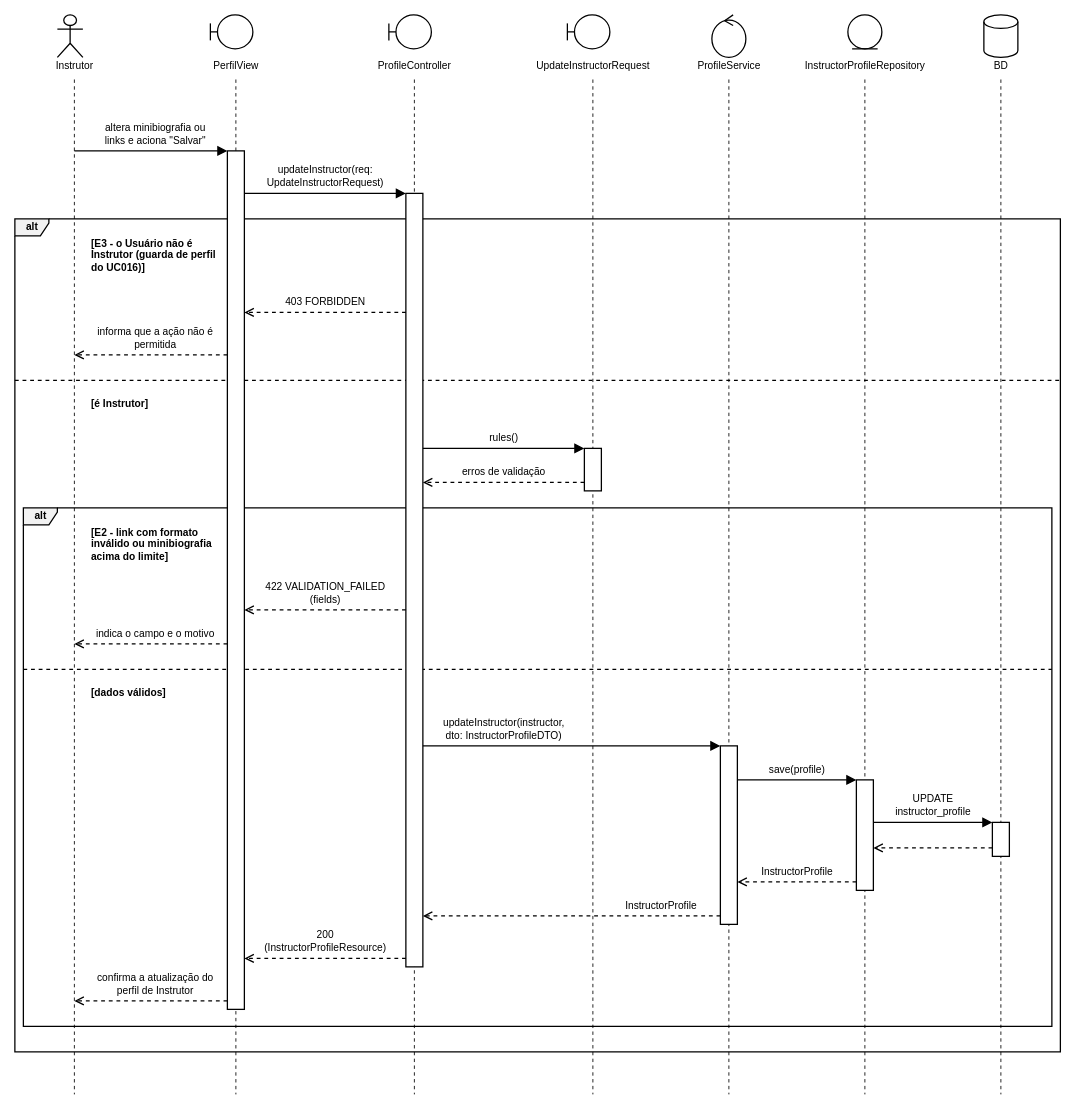
Before: especificacao/diagramas/14-sequencia-uc013-2.drawio in Plataforma-de-Cursos-TCC/plataforma-cursos-docs, a draw.io diagram. Source tidied: cells renumbered, new cells numbered last; positions are measured from the earlier drawing's top-left corner, leaving out a move shared by most shapes. Both pictures are drawn from the tidied source at 85%, with x=0, y=0 at pixel (14, 14).
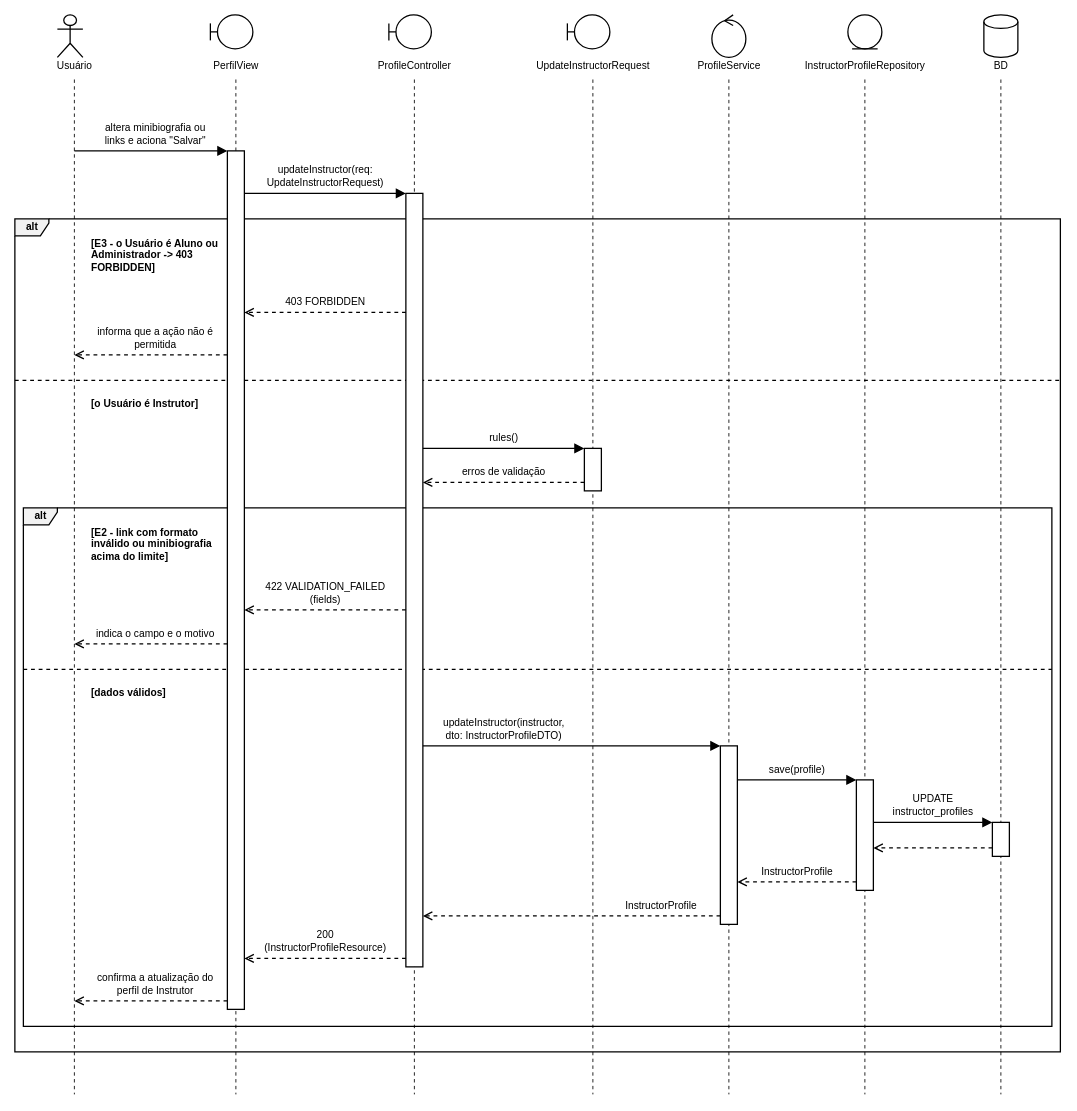
The same page after the edit.

Change to the diagram source:
```diff
@@
-    <mxCell id="42" value="Instrutor" style="text;html=1;strokeColor=none;fillColor=none;align=center;verticalAlign=middle;spacing=0;fontFamily=Helvetica;fontSize=12;fontColor=#000000;" parent="1" vertex="1">
+    <mxCell id="42" value="Usuário" style="text;html=1;strokeColor=none;fillColor=none;align=center;verticalAlign=middle;spacing=0;fontFamily=Helvetica;fontSize=12;fontColor=#000000;" parent="1" vertex="1">
       <mxGeometry x="40" y="50" width="60" height="20" as="geometry" />
     </mxCell>
@@
-    <mxCell id="51" value="[E3 - o Usuário não é&lt;br&gt;Instrutor (guarda de perfil&lt;br&gt;do UC016)]" style="text;html=1;strokeColor=none;fillColor=none;verticalAlign=bottom;spacing=0;spacingBottom=5;align=left;fontStyle=1;fontFamily=Helvetica;fontSize=12;fontColor=#000000;" parent="1" vertex="1">
+    <mxCell id="51" value="[E3 - o Usuário é Aluno ou&lt;br&gt;Administrador -&amp;gt; 403&lt;br&gt;FORBIDDEN]" style="text;html=1;strokeColor=none;fillColor=none;verticalAlign=bottom;spacing=0;spacingBottom=5;align=left;fontStyle=1;fontFamily=Helvetica;fontSize=12;fontColor=#000000;" parent="1" vertex="1">
       <mxGeometry x="90" y="250" width="150" height="60" as="geometry" />
     </mxCell>
@@
-    <mxCell id="54" value="[é Instrutor]" style="text;html=1;strokeColor=none;fillColor=none;verticalAlign=bottom;spacing=0;spacingBottom=5;align=left;fontStyle=1;fontFamily=Helvetica;fontSize=12;fontColor=#000000;" parent="1" vertex="1">
+    <mxCell id="54" value="[o Usuário é Instrutor]" style="text;html=1;strokeColor=none;fillColor=none;verticalAlign=bottom;spacing=0;spacingBottom=5;align=left;fontStyle=1;fontFamily=Helvetica;fontSize=12;fontColor=#000000;" parent="1" vertex="1">
       <mxGeometry x="90" y="440" width="150" height="30" as="geometry" />
     </mxCell>
@@
-    <mxCell id="63" value="UPDATE&lt;br&gt;instructor_profile" style="text;html=1;strokeColor=none;fillColor=none;verticalAlign=bottom;spacing=0;spacingBottom=5;align=center;fontFamily=Helvetica;fontSize=12;fontColor=#000000;" parent="1" vertex="1">
+    <mxCell id="63" value="UPDATE&lt;br&gt;instructor_profiles" style="text;html=1;strokeColor=none;fillColor=none;verticalAlign=bottom;spacing=0;spacingBottom=5;align=center;fontFamily=Helvetica;fontSize=12;fontColor=#000000;" parent="1" vertex="1">
       <mxGeometry x="1020" y="910" width="120" height="40" as="geometry" />
     </mxCell>
```
